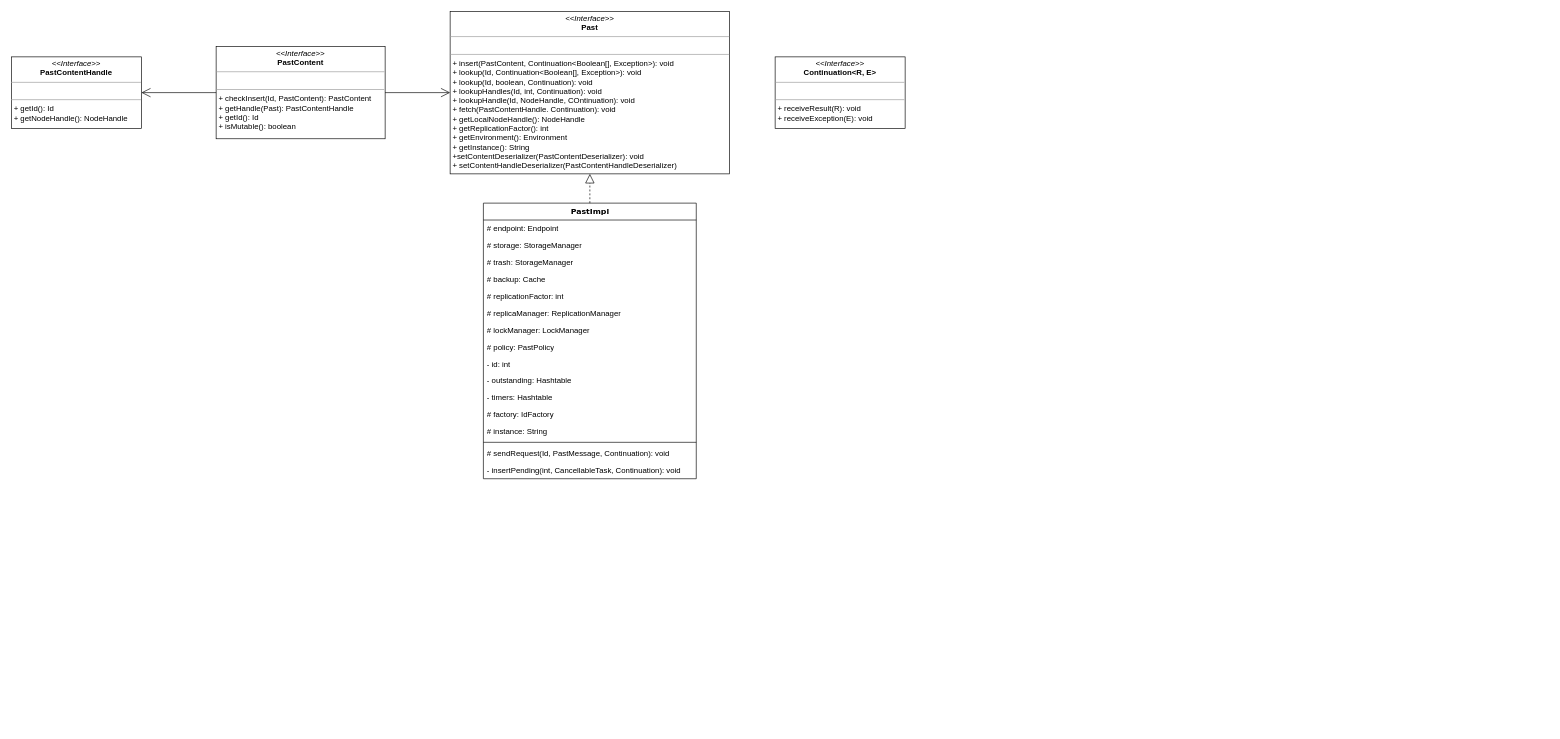
Before: PastryPast.drawio in OneOverThree/PastryTest, a draw.io diagram. Source tidied: cells renumbered, new cells numbered last; positions are measured from the earlier drawing's top-left corner, leaving out a move shared by most shapes. Both pictures are drawn from the tidied source at 65%, with x=0, y=0 at pixel (11, 11).
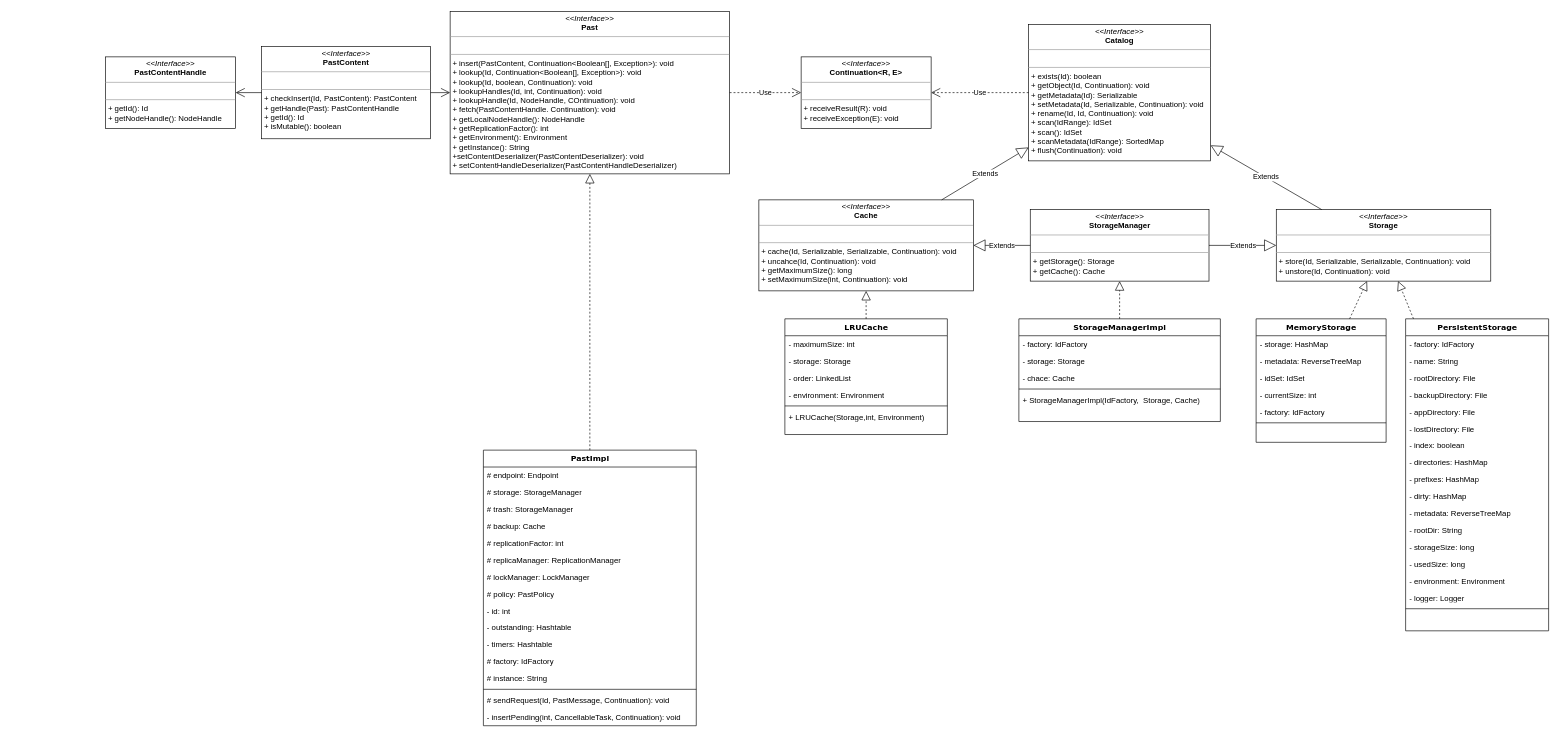
Above is the later version.

Unchanged cells that the change refers to:
```xml
<mxCell id="4" value="&lt;p style=&quot;margin:0px;margin-top:4px;text-align:center;&quot;&gt;&lt;i&gt;&amp;lt;&amp;lt;Interface&amp;gt;&amp;gt;&lt;/i&gt;&lt;br&gt;&lt;b&gt;Past&lt;/b&gt;&lt;/p&gt;&lt;hr size=&quot;1&quot;&gt;&lt;p style=&quot;margin:0px;margin-left:4px;&quot;&gt;&lt;br&gt;&lt;/p&gt;&lt;hr size=&quot;1&quot;&gt;&lt;p style=&quot;margin:0px;margin-left:4px;&quot;&gt;+ insert(PastContent, Continuation&amp;lt;Boolean[], Exception&amp;gt;): void&lt;/p&gt;&lt;p style=&quot;margin:0px;margin-left:4px;&quot;&gt;+ lookup(Id, Continuation&amp;lt;Boolean[], Exception&amp;gt;): void&lt;/p&gt;&lt;p style=&quot;margin:0px;margin-left:4px;&quot;&gt;+ lookup(Id, boolean, Continuation): void&lt;/p&gt;&lt;p style=&quot;margin:0px;margin-left:4px;&quot;&gt;+ lookupHandles(Id, int, Continuation): void&lt;/p&gt;&lt;p style=&quot;margin:0px;margin-left:4px;&quot;&gt;+ lookupHandle(Id, NodeHandle, COntinuation): void&lt;/p&gt;&lt;p style=&quot;margin:0px;margin-left:4px;&quot;&gt;+ fetch(PastContentHandle. Continuation): void&lt;/p&gt;&lt;p style=&quot;margin:0px;margin-left:4px;&quot;&gt;+ getLocalNodeHandle(): NodeHandle&lt;/p&gt;&lt;p style=&quot;margin:0px;margin-left:4px;&quot;&gt;+ getReplicationFactor(): int&lt;/p&gt;&lt;p style=&quot;margin:0px;margin-left:4px;&quot;&gt;+ getEnvironment(): Environment&lt;/p&gt;&lt;p style=&quot;margin:0px;margin-left:4px;&quot;&gt;+ getInstance(): String&lt;/p&gt;&lt;p style=&quot;margin:0px;margin-left:4px;&quot;&gt;+setContentDeserializer(PastContentDeserializer): void&lt;/p&gt;&lt;p style=&quot;margin:0px;margin-left:4px;&quot;&gt;+ setContentHandleDeserializer(PastContentHandleDeserializer)&lt;/p&gt;" style="verticalAlign=top;align=left;overflow=fill;fontSize=12;fontFamily=Helvetica;html=1;rounded=0;shadow=0;comic=0;labelBackgroundColor=none;strokeWidth=1;" parent="1" vertex="1">
  <mxGeometry x="675" width="430" height="250" as="geometry" />
</mxCell>
```

Diff of the diagram source:
```diff
@@
     <mxCell id="2" value="&lt;p style=&quot;margin:0px;margin-top:4px;text-align:center;&quot;&gt;&lt;i&gt;&amp;lt;&amp;lt;Interface&amp;gt;&amp;gt;&lt;/i&gt;&lt;br&gt;&lt;b&gt;PastContent&lt;/b&gt;&lt;/p&gt;&lt;hr size=&quot;1&quot;&gt;&lt;p style=&quot;margin:0px;margin-left:4px;&quot;&gt;&lt;br&gt;&lt;/p&gt;&lt;hr size=&quot;1&quot;&gt;&lt;p style=&quot;margin:0px;margin-left:4px;&quot;&gt;+ checkInsert(Id, PastContent): PastContent&lt;/p&gt;&lt;p style=&quot;margin:0px;margin-left:4px;&quot;&gt;+ getHandle(Past): PastContentHandle&lt;br&gt;&lt;/p&gt;&lt;p style=&quot;margin:0px;margin-left:4px;&quot;&gt;+ getId(): Id&lt;/p&gt;&lt;p style=&quot;margin:0px;margin-left:4px;&quot;&gt;+ isMutable(): boolean&lt;/p&gt;" style="verticalAlign=top;align=left;overflow=fill;fontSize=12;fontFamily=Helvetica;html=1;rounded=0;shadow=0;comic=0;labelBackgroundColor=none;strokeWidth=1;" parent="1" vertex="1">
-      <mxGeometry x="315" y="54" width="260" height="142" as="geometry" />
+      <mxGeometry x="385" y="54" width="260" height="142" as="geometry" />
     </mxCell>
     <mxCell id="3" value="&lt;p style=&quot;margin:0px;margin-top:4px;text-align:center;&quot;&gt;&lt;i&gt;&amp;lt;&amp;lt;Interface&amp;gt;&amp;gt;&lt;/i&gt;&lt;br&gt;&lt;b&gt;PastContentHandle&lt;/b&gt;&lt;/p&gt;&lt;hr size=&quot;1&quot;&gt;&lt;p style=&quot;margin:0px;margin-left:4px;&quot;&gt;&lt;br&gt;&lt;/p&gt;&lt;hr size=&quot;1&quot;&gt;&lt;p style=&quot;margin:0px;margin-left:4px;&quot;&gt;&lt;span style=&quot;background-color: initial;&quot;&gt;+ getId(): Id&lt;/span&gt;&lt;br&gt;&lt;/p&gt;&lt;p style=&quot;margin:0px;margin-left:4px;&quot;&gt;+ getNodeHandle(): NodeHandle&lt;/p&gt;" style="verticalAlign=top;align=left;overflow=fill;fontSize=12;fontFamily=Helvetica;html=1;rounded=0;shadow=0;comic=0;labelBackgroundColor=none;strokeWidth=1;" parent="1" vertex="1">
-      <mxGeometry y="70" width="200" height="110" as="geometry" />
+      <mxGeometry x="145" y="70" width="200" height="110" as="geometry" />
     </mxCell>
@@
     <mxCell id="7" value="PastImpl" style="swimlane;html=1;fontStyle=1;align=center;verticalAlign=top;horizontal=1;startSize=26;swimlaneFillColor=#ffffff;rounded=0;shadow=0;comic=0;labelBackgroundColor=none;strokeWidth=1;fillColor=none;fontFamily=Verdana;fontSize=12;" parent="1" vertex="1">
-      <mxGeometry x="726.2" y="295" width="327.5" height="424" as="geometry" />
+      <mxGeometry x="726.2" y="675" width="327.5" height="424" as="geometry" />
     </mxCell>
@@
     <mxCell id="25" value="&lt;p style=&quot;margin:0px;margin-top:4px;text-align:center;&quot;&gt;&lt;i&gt;&amp;lt;&amp;lt;Interface&amp;gt;&amp;gt;&lt;/i&gt;&lt;br&gt;&lt;b&gt;Continuation&amp;lt;R, E&amp;gt;&lt;/b&gt;&lt;/p&gt;&lt;hr size=&quot;1&quot;&gt;&lt;p style=&quot;margin:0px;margin-left:4px;&quot;&gt;&lt;br&gt;&lt;/p&gt;&lt;hr size=&quot;1&quot;&gt;&lt;p style=&quot;margin:0px;margin-left:4px;&quot;&gt;&lt;span style=&quot;background-color: initial;&quot;&gt;+ receiveResult(R): void&lt;/span&gt;&lt;br&gt;&lt;/p&gt;&lt;p style=&quot;margin:0px;margin-left:4px;&quot;&gt;+ receiveException(E): void&lt;/p&gt;" style="verticalAlign=top;align=left;overflow=fill;fontSize=12;fontFamily=Helvetica;html=1;rounded=0;shadow=0;comic=0;labelBackgroundColor=none;strokeWidth=1;" parent="1" vertex="1">
-      <mxGeometry x="1175" y="70" width="200" height="110" as="geometry" />
+      <mxGeometry x="1215" y="70" width="200" height="110" as="geometry" />
     </mxCell>
+    <mxCell id="26" value="&lt;p style=&quot;margin:0px;margin-top:4px;text-align:center;&quot;&gt;&lt;i&gt;&amp;lt;&amp;lt;Interface&amp;gt;&amp;gt;&lt;/i&gt;&lt;br&gt;&lt;b&gt;Storage&lt;/b&gt;&lt;/p&gt;&lt;hr size=&quot;1&quot;&gt;&lt;p style=&quot;margin:0px;margin-left:4px;&quot;&gt;&lt;br&gt;&lt;/p&gt;&lt;hr size=&quot;1&quot;&gt;&lt;p style=&quot;margin:0px;margin-left:4px;&quot;&gt;&lt;span style=&quot;background-color: initial;&quot;&gt;+ store(Id, Serializable, Serializable, Continuation): void&lt;/span&gt;&lt;br&gt;&lt;/p&gt;&lt;p style=&quot;margin:0px;margin-left:4px;&quot;&gt;+ unstore(Id, Continuation): void&lt;/p&gt;" style="verticalAlign=top;align=left;overflow=fill;fontSize=12;fontFamily=Helvetica;html=1;rounded=0;shadow=0;comic=0;labelBackgroundColor=none;strokeWidth=1;" parent="1" vertex="1">
+      <mxGeometry x="1946" y="305" width="330" height="110" as="geometry" />
+    </mxCell>
+    <mxCell id="27" value="&lt;p style=&quot;margin:0px;margin-top:4px;text-align:center;&quot;&gt;&lt;i&gt;&amp;lt;&amp;lt;Interface&amp;gt;&amp;gt;&lt;/i&gt;&lt;br&gt;&lt;b&gt;Catalog&lt;/b&gt;&lt;/p&gt;&lt;hr size=&quot;1&quot;&gt;&lt;p style=&quot;margin:0px;margin-left:4px;&quot;&gt;&lt;br&gt;&lt;/p&gt;&lt;hr size=&quot;1&quot;&gt;&lt;p style=&quot;margin:0px;margin-left:4px;&quot;&gt;+ exists(Id): boolean&lt;/p&gt;&lt;p style=&quot;margin:0px;margin-left:4px;&quot;&gt;+ getObject(Id, Continuation): void&lt;br&gt;&lt;/p&gt;&lt;p style=&quot;margin:0px;margin-left:4px;&quot;&gt;+ getMetadata(Id): Serializable&lt;/p&gt;&lt;p style=&quot;margin:0px;margin-left:4px;&quot;&gt;+ setMetadata(Id, Serializable, Continuation): void&lt;/p&gt;&lt;p style=&quot;margin:0px;margin-left:4px;&quot;&gt;+ rename(Id, Id, Continuation): void&lt;/p&gt;&lt;p style=&quot;margin:0px;margin-left:4px;&quot;&gt;+ scan(IdRange): IdSet&lt;/p&gt;&lt;p style=&quot;margin:0px;margin-left:4px;&quot;&gt;+ scan(): IdSet&lt;/p&gt;&lt;p style=&quot;margin:0px;margin-left:4px;&quot;&gt;+ scanMetadata(IdRange): SortedMap&lt;/p&gt;&lt;p style=&quot;margin:0px;margin-left:4px;&quot;&gt;+ flush(Continuation): void&lt;/p&gt;" style="verticalAlign=top;align=left;overflow=fill;fontSize=12;fontFamily=Helvetica;html=1;rounded=0;shadow=0;comic=0;labelBackgroundColor=none;strokeWidth=1;" parent="1" vertex="1">
+      <mxGeometry x="1565" y="20" width="280" height="210" as="geometry" />
+    </mxCell>
+    <mxCell id="28" value="MemoryStorage" style="swimlane;html=1;fontStyle=1;align=center;verticalAlign=top;horizontal=1;startSize=26;swimlaneFillColor=#ffffff;rounded=0;shadow=0;comic=0;labelBackgroundColor=none;strokeWidth=1;fillColor=none;fontFamily=Verdana;fontSize=12;" parent="1" vertex="1">
+      <mxGeometry x="1915" y="473" width="200" height="190" as="geometry" />
+    </mxCell>
+    <mxCell id="29" value="- storage: HashMap" style="text;html=1;strokeColor=none;fillColor=none;align=left;verticalAlign=top;spacingLeft=4;spacingRight=4;whiteSpace=wrap;overflow=hidden;" parent="28" vertex="1">
+      <mxGeometry y="26" width="200" height="26" as="geometry" />
+    </mxCell>
+    <mxCell id="30" value="- metadata: ReverseTreeMap" style="text;html=1;strokeColor=none;fillColor=none;align=left;verticalAlign=top;spacingLeft=4;spacingRight=4;whiteSpace=wrap;overflow=hidden;" parent="28" vertex="1">
+      <mxGeometry y="52" width="200" height="26" as="geometry" />
+    </mxCell>
+    <mxCell id="31" value="- idSet: IdSet" style="text;html=1;strokeColor=none;fillColor=none;align=left;verticalAlign=top;spacingLeft=4;spacingRight=4;whiteSpace=wrap;overflow=hidden;" parent="28" vertex="1">
+      <mxGeometry y="78" width="200" height="26" as="geometry" />
+    </mxCell>
+    <mxCell id="32" value="- currentSize: int" style="text;html=1;strokeColor=none;fillColor=none;align=left;verticalAlign=top;spacingLeft=4;spacingRight=4;whiteSpace=wrap;overflow=hidden;" parent="28" vertex="1">
+      <mxGeometry y="104" width="200" height="26" as="geometry" />
+    </mxCell>
+    <mxCell id="33" value="- factory: IdFactory" style="text;html=1;strokeColor=none;fillColor=none;align=left;verticalAlign=top;spacingLeft=4;spacingRight=4;whiteSpace=wrap;overflow=hidden;" parent="28" vertex="1">
+      <mxGeometry y="130" width="200" height="26" as="geometry" />
+    </mxCell>
+    <mxCell id="34" style="line;html=1;strokeWidth=1;fillColor=none;align=left;verticalAlign=middle;spacingTop=-1;spacingLeft=3;spacingRight=3;labelPosition=right;" parent="28" vertex="1">
+      <mxGeometry y="156" width="200" height="8" as="geometry" />
+    </mxCell>
+    <mxCell id="35" style="endArrow=block;dashed=1;endFill=0;endSize=12;html=1;rounded=0;" parent="1" edge="1" source="28" target="26">
+      <mxGeometry relative="1" as="geometry" />
+    </mxCell>
+    <mxCell id="36" value="PersistentStorage" style="swimlane;html=1;fontStyle=1;align=center;verticalAlign=top;horizontal=1;startSize=26;swimlaneFillColor=#ffffff;rounded=0;shadow=0;comic=0;labelBackgroundColor=none;strokeWidth=1;fillColor=none;fontFamily=Verdana;fontSize=12;" parent="1" vertex="1">
+      <mxGeometry x="2145" y="473" width="220" height="480" as="geometry" />
+    </mxCell>
+    <mxCell id="37" value="- factory: IdFactory" style="text;html=1;strokeColor=none;fillColor=none;align=left;verticalAlign=top;spacingLeft=4;spacingRight=4;whiteSpace=wrap;overflow=hidden;" parent="36" vertex="1">
+      <mxGeometry y="26" width="220" height="26" as="geometry" />
+    </mxCell>
+    <mxCell id="38" value="- name: String" style="text;html=1;strokeColor=none;fillColor=none;align=left;verticalAlign=top;spacingLeft=4;spacingRight=4;whiteSpace=wrap;overflow=hidden;" parent="36" vertex="1">
+      <mxGeometry y="52" width="220" height="26" as="geometry" />
+    </mxCell>
+    <mxCell id="39" value="- rootDirectory: File" style="text;html=1;strokeColor=none;fillColor=none;align=left;verticalAlign=top;spacingLeft=4;spacingRight=4;whiteSpace=wrap;overflow=hidden;" parent="36" vertex="1">
+      <mxGeometry y="78" width="220" height="26" as="geometry" />
+    </mxCell>
+    <mxCell id="40" value="- backupDirectory: File" style="text;html=1;strokeColor=none;fillColor=none;align=left;verticalAlign=top;spacingLeft=4;spacingRight=4;whiteSpace=wrap;overflow=hidden;" parent="36" vertex="1">
+      <mxGeometry y="104" width="220" height="26" as="geometry" />
+    </mxCell>
+    <mxCell id="41" value="- appDirectory: File" style="text;html=1;strokeColor=none;fillColor=none;align=left;verticalAlign=top;spacingLeft=4;spacingRight=4;whiteSpace=wrap;overflow=hidden;" parent="36" vertex="1">
+      <mxGeometry y="130" width="220" height="26" as="geometry" />
+    </mxCell>
+    <mxCell id="42" value="- lostDirectory: File" style="text;html=1;strokeColor=none;fillColor=none;align=left;verticalAlign=top;spacingLeft=4;spacingRight=4;whiteSpace=wrap;overflow=hidden;" parent="36" vertex="1">
+      <mxGeometry y="156" width="220" height="26" as="geometry" />
+    </mxCell>
+    <mxCell id="43" value="- index: boolean" style="text;html=1;strokeColor=none;fillColor=none;align=left;verticalAlign=top;spacingLeft=4;spacingRight=4;whiteSpace=wrap;overflow=hidden;" parent="36" vertex="1">
+      <mxGeometry y="182" width="220" height="26" as="geometry" />
+    </mxCell>
+    <mxCell id="44" value="- directories: HashMap" style="text;html=1;strokeColor=none;fillColor=none;align=left;verticalAlign=top;spacingLeft=4;spacingRight=4;whiteSpace=wrap;overflow=hidden;" parent="36" vertex="1">
+      <mxGeometry y="208" width="220" height="26" as="geometry" />
+    </mxCell>
+    <mxCell id="45" value="- prefixes: HashMap" style="text;html=1;strokeColor=none;fillColor=none;align=left;verticalAlign=top;spacingLeft=4;spacingRight=4;whiteSpace=wrap;overflow=hidden;" parent="36" vertex="1">
+      <mxGeometry y="234" width="220" height="26" as="geometry" />
+    </mxCell>
+    <mxCell id="46" value="- dirty: HashMap" style="text;html=1;strokeColor=none;fillColor=none;align=left;verticalAlign=top;spacingLeft=4;spacingRight=4;whiteSpace=wrap;overflow=hidden;" parent="36" vertex="1">
+      <mxGeometry y="260" width="220" height="26" as="geometry" />
+    </mxCell>
+    <mxCell id="47" value="- metadata: ReverseTreeMap" style="text;html=1;strokeColor=none;fillColor=none;align=left;verticalAlign=top;spacingLeft=4;spacingRight=4;whiteSpace=wrap;overflow=hidden;" parent="36" vertex="1">
+      <mxGeometry y="286" width="220" height="26" as="geometry" />
+    </mxCell>
+    <mxCell id="48" value="- rootDir: String" style="text;html=1;strokeColor=none;fillColor=none;align=left;verticalAlign=top;spacingLeft=4;spacingRight=4;whiteSpace=wrap;overflow=hidden;" parent="36" vertex="1">
+      <mxGeometry y="312" width="220" height="26" as="geometry" />
+    </mxCell>
+    <mxCell id="49" value="- storageSize: long" style="text;html=1;strokeColor=none;fillColor=none;align=left;verticalAlign=top;spacingLeft=4;spacingRight=4;whiteSpace=wrap;overflow=hidden;" parent="36" vertex="1">
+      <mxGeometry y="338" width="220" height="26" as="geometry" />
+    </mxCell>
+    <mxCell id="50" value="- usedSize: long" style="text;html=1;strokeColor=none;fillColor=none;align=left;verticalAlign=top;spacingLeft=4;spacingRight=4;whiteSpace=wrap;overflow=hidden;" parent="36" vertex="1">
+      <mxGeometry y="364" width="220" height="26" as="geometry" />
+    </mxCell>
+    <mxCell id="51" value="- environment: Environment" style="text;html=1;strokeColor=none;fillColor=none;align=left;verticalAlign=top;spacingLeft=4;spacingRight=4;whiteSpace=wrap;overflow=hidden;" parent="36" vertex="1">
+      <mxGeometry y="390" width="220" height="26" as="geometry" />
+    </mxCell>
+    <mxCell id="52" value="- logger: Logger" style="text;html=1;strokeColor=none;fillColor=none;align=left;verticalAlign=top;spacingLeft=4;spacingRight=4;whiteSpace=wrap;overflow=hidden;" parent="36" vertex="1">
+      <mxGeometry y="416" width="220" height="26" as="geometry" />
+    </mxCell>
+    <mxCell id="53" style="line;html=1;strokeWidth=1;fillColor=none;align=left;verticalAlign=middle;spacingTop=-1;spacingLeft=3;spacingRight=3;labelPosition=right;" parent="36" vertex="1">
+      <mxGeometry y="442" width="220" height="8" as="geometry" />
+    </mxCell>
+    <mxCell id="54" style="endArrow=block;dashed=1;endFill=0;endSize=12;html=1;rounded=0;" parent="1" edge="1" source="36" target="26">
+      <mxGeometry relative="1" as="geometry" />
+    </mxCell>
+    <mxCell id="55" value="&lt;p style=&quot;margin:0px;margin-top:4px;text-align:center;&quot;&gt;&lt;i&gt;&amp;lt;&amp;lt;Interface&amp;gt;&amp;gt;&lt;/i&gt;&lt;br&gt;&lt;b&gt;Cache&lt;/b&gt;&lt;/p&gt;&lt;hr size=&quot;1&quot;&gt;&lt;p style=&quot;margin:0px;margin-left:4px;&quot;&gt;&lt;br&gt;&lt;/p&gt;&lt;hr size=&quot;1&quot;&gt;&lt;p style=&quot;margin:0px;margin-left:4px;&quot;&gt;&lt;span style=&quot;background-color: initial;&quot;&gt;+ cache(Id, Serializable, Serializable, Continuation): void&lt;/span&gt;&lt;br&gt;&lt;/p&gt;&lt;p style=&quot;margin:0px;margin-left:4px;&quot;&gt;+ uncahce(Id, Continuation): void&lt;/p&gt;&lt;p style=&quot;margin:0px;margin-left:4px;&quot;&gt;+ getMaximumSize(): long&lt;/p&gt;&lt;p style=&quot;margin:0px;margin-left:4px;&quot;&gt;+ setMaximumSize(int, Continuation): void&lt;/p&gt;" style="verticalAlign=top;align=left;overflow=fill;fontSize=12;fontFamily=Helvetica;html=1;rounded=0;shadow=0;comic=0;labelBackgroundColor=none;strokeWidth=1;" parent="1" vertex="1">
+      <mxGeometry x="1150" y="290" width="330" height="140" as="geometry" />
+    </mxCell>
+    <mxCell id="56" value="Extends" style="endArrow=block;endSize=16;endFill=0;html=1;rounded=0;" parent="1" edge="1" source="55" target="27">
+      <mxGeometry relative="1" as="geometry" />
+    </mxCell>
+    <mxCell id="57" value="Extends" style="endArrow=block;endSize=16;endFill=0;html=1;rounded=0;" parent="1" edge="1" source="26" target="27">
+      <mxGeometry relative="1" as="geometry" />
+    </mxCell>
+    <mxCell id="58" value="LRUCache" style="swimlane;html=1;fontStyle=1;align=center;verticalAlign=top;horizontal=1;startSize=26;swimlaneFillColor=#ffffff;rounded=0;shadow=0;comic=0;labelBackgroundColor=none;strokeWidth=1;fillColor=none;fontFamily=Verdana;fontSize=12;" parent="1" vertex="1">
+      <mxGeometry x="1190" y="473" width="250" height="178" as="geometry" />
+    </mxCell>
+    <mxCell id="59" value="- maximumSize: int" style="text;html=1;strokeColor=none;fillColor=none;align=left;verticalAlign=top;spacingLeft=4;spacingRight=4;whiteSpace=wrap;overflow=hidden;" parent="58" vertex="1">
+      <mxGeometry y="26" width="250" height="26" as="geometry" />
+    </mxCell>
+    <mxCell id="60" value="- storage: Storage" style="text;html=1;strokeColor=none;fillColor=none;align=left;verticalAlign=top;spacingLeft=4;spacingRight=4;whiteSpace=wrap;overflow=hidden;" parent="58" vertex="1">
+      <mxGeometry y="52" width="250" height="26" as="geometry" />
+    </mxCell>
+    <mxCell id="61" value="- order: LinkedList" style="text;html=1;strokeColor=none;fillColor=none;align=left;verticalAlign=top;spacingLeft=4;spacingRight=4;whiteSpace=wrap;overflow=hidden;" parent="58" vertex="1">
+      <mxGeometry y="78" width="250" height="26" as="geometry" />
+    </mxCell>
+    <mxCell id="62" value="- environment: Environment" style="text;html=1;strokeColor=none;fillColor=none;align=left;verticalAlign=top;spacingLeft=4;spacingRight=4;whiteSpace=wrap;overflow=hidden;" parent="58" vertex="1">
+      <mxGeometry y="104" width="250" height="26" as="geometry" />
+    </mxCell>
+    <mxCell id="63" style="line;html=1;strokeWidth=1;fillColor=none;align=left;verticalAlign=middle;spacingTop=-1;spacingLeft=3;spacingRight=3;labelPosition=right;" parent="58" vertex="1">
+      <mxGeometry y="130" width="250" height="8" as="geometry" />
+    </mxCell>
+    <mxCell id="64" value="+ LRUCache(Storage,int, Environment)" style="text;html=1;strokeColor=none;fillColor=none;align=left;verticalAlign=top;spacingLeft=4;spacingRight=4;whiteSpace=wrap;overflow=hidden;" parent="58" vertex="1">
+      <mxGeometry y="138" width="250" height="26" as="geometry" />
+    </mxCell>
+    <mxCell id="65" style="endArrow=block;dashed=1;endFill=0;endSize=12;html=1;rounded=0;" parent="1" edge="1" source="58" target="55">
+      <mxGeometry relative="1" as="geometry" />
+    </mxCell>
+    <mxCell id="66" value="&lt;p style=&quot;margin:0px;margin-top:4px;text-align:center;&quot;&gt;&lt;i&gt;&amp;lt;&amp;lt;Interface&amp;gt;&amp;gt;&lt;/i&gt;&lt;br&gt;&lt;b&gt;StorageManager&lt;/b&gt;&lt;/p&gt;&lt;hr size=&quot;1&quot;&gt;&lt;p style=&quot;margin:0px;margin-left:4px;&quot;&gt;&lt;br&gt;&lt;/p&gt;&lt;hr size=&quot;1&quot;&gt;&lt;p style=&quot;margin:0px;margin-left:4px;&quot;&gt;&lt;span style=&quot;background-color: initial;&quot;&gt;+ getStorage(): Storage&lt;/span&gt;&lt;br&gt;&lt;/p&gt;&lt;p style=&quot;margin:0px;margin-left:4px;&quot;&gt;+ getCache(): Cache&lt;/p&gt;" style="verticalAlign=top;align=left;overflow=fill;fontSize=12;fontFamily=Helvetica;html=1;rounded=0;shadow=0;comic=0;labelBackgroundColor=none;strokeWidth=1;" parent="1" vertex="1">
+      <mxGeometry x="1567.5" y="305" width="275" height="110" as="geometry" />
+    </mxCell>
+    <mxCell id="67" value="Extends" style="endArrow=block;endSize=16;endFill=0;html=1;rounded=0;" parent="1" edge="1" source="66" target="55">
+      <mxGeometry relative="1" as="geometry" />
+    </mxCell>
+    <mxCell id="68" value="Extends" style="endArrow=block;endSize=16;endFill=0;html=1;rounded=0;" parent="1" edge="1" source="66" target="26">
+      <mxGeometry relative="1" as="geometry" />
+    </mxCell>
+    <mxCell id="69" value="StorageManagerImpl" style="swimlane;html=1;fontStyle=1;align=center;verticalAlign=top;horizontal=1;startSize=26;swimlaneFillColor=#ffffff;rounded=0;shadow=0;comic=0;labelBackgroundColor=none;strokeWidth=1;fillColor=none;fontFamily=Verdana;fontSize=12;" parent="1" vertex="1">
+      <mxGeometry x="1550" y="473" width="310" height="158" as="geometry" />
+    </mxCell>
+    <mxCell id="70" value="- factory: IdFactory" style="text;html=1;strokeColor=none;fillColor=none;align=left;verticalAlign=top;spacingLeft=4;spacingRight=4;whiteSpace=wrap;overflow=hidden;" parent="69" vertex="1">
+      <mxGeometry y="26" width="310" height="26" as="geometry" />
+    </mxCell>
+    <mxCell id="71" value="- storage: Storage" style="text;html=1;strokeColor=none;fillColor=none;align=left;verticalAlign=top;spacingLeft=4;spacingRight=4;whiteSpace=wrap;overflow=hidden;" parent="69" vertex="1">
+      <mxGeometry y="52" width="310" height="26" as="geometry" />
+    </mxCell>
+    <mxCell id="72" value="- chace: Cache" style="text;html=1;strokeColor=none;fillColor=none;align=left;verticalAlign=top;spacingLeft=4;spacingRight=4;whiteSpace=wrap;overflow=hidden;" parent="69" vertex="1">
+      <mxGeometry y="78" width="310" height="26" as="geometry" />
+    </mxCell>
+    <mxCell id="73" style="line;html=1;strokeWidth=1;fillColor=none;align=left;verticalAlign=middle;spacingTop=-1;spacingLeft=3;spacingRight=3;labelPosition=right;" parent="69" vertex="1">
+      <mxGeometry y="104" width="310" height="8" as="geometry" />
+    </mxCell>
+    <mxCell id="74" value="+ StorageManagerImpl(IdFactory,&amp;nbsp; Storage, Cache)" style="text;html=1;strokeColor=none;fillColor=none;align=left;verticalAlign=top;spacingLeft=4;spacingRight=4;whiteSpace=wrap;overflow=hidden;" parent="69" vertex="1">
+      <mxGeometry y="112" width="310" height="26" as="geometry" />
+    </mxCell>
+    <mxCell id="75" style="endArrow=block;dashed=1;endFill=0;endSize=12;html=1;rounded=0;" parent="1" edge="1" source="69" target="66">
+      <mxGeometry relative="1" as="geometry" />
+    </mxCell>
+    <mxCell id="76" value="Use" style="endArrow=open;endSize=12;dashed=1;html=1;rounded=0;" parent="1" edge="1" source="27" target="25">
+      <mxGeometry relative="1" as="geometry" />
+    </mxCell>
+    <mxCell id="77" value="Use" style="endArrow=open;endSize=12;dashed=1;html=1;rounded=0;" parent="1" edge="1" source="4" target="25">
+      <mxGeometry relative="1" as="geometry" />
+    </mxCell>
```
